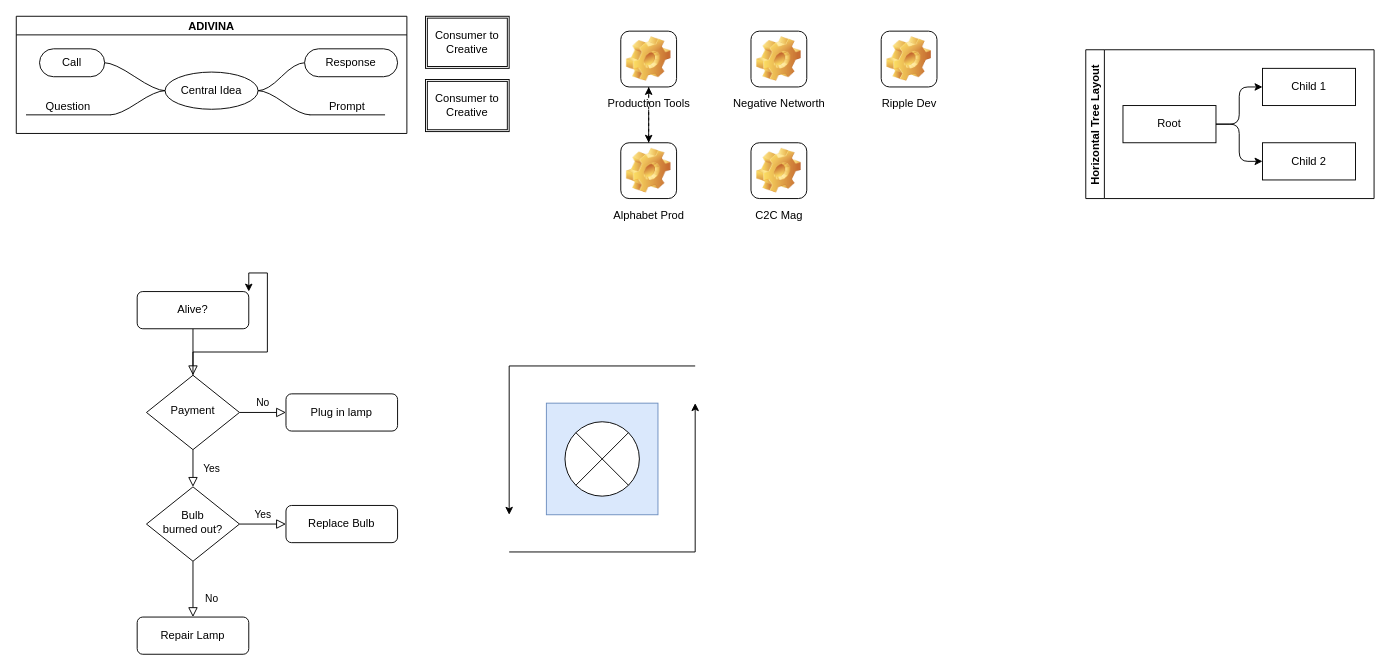
Before: Untitled Diagram.drawio in Antonio-Parada/anton.io, a draw.io diagram. Source tidied: cells renumbered, new cells numbered last; positions are measured from the earlier drawing's top-left corner, leaving out a move shared by most shapes. Both pictures are drawn from the tidied source at 93%, with x=0, y=0 at pixel (16, 16).
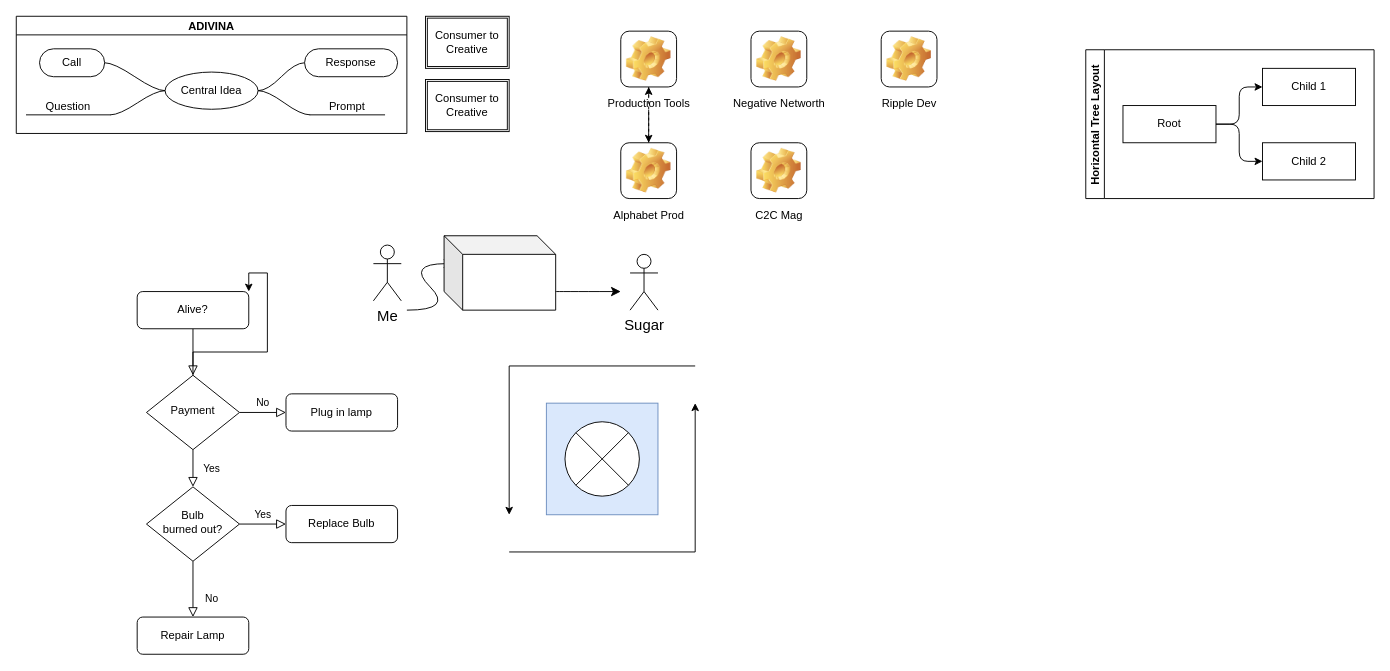
The same diagram, later.

The edit, as a diff of the source:
```diff
@@
+    <mxCell id="45" value="Me" style="shape=umlActor;verticalLabelPosition=bottom;verticalAlign=top;html=1;fontSize=16;" parent="1" vertex="1">
+      <mxGeometry x="384" y="246" width="30" height="60" as="geometry" />
+    </mxCell>
+    <mxCell id="46" style="curved=1;endArrow=classic;html=1;rounded=0;fontSize=12;startSize=8;endSize=8;" parent="1" edge="1">
+      <mxGeometry relative="1" as="geometry">
+        <mxPoint x="420" y="316" as="sourcePoint" />
+        <mxPoint x="470" y="266" as="targetPoint" />
+        <Array as="points">
+          <mxPoint x="470" y="316" />
+          <mxPoint x="420" y="266" />
+        </Array>
+      </mxGeometry>
+    </mxCell>
+    <mxCell id="47" style="shape=cube;whiteSpace=wrap;html=1;boundedLbl=1;backgroundOutline=1;darkOpacity=0.05;darkOpacity2=0.1;fontSize=16;" parent="1" vertex="1">
+      <mxGeometry x="460" y="236" width="120" height="80" as="geometry" />
+    </mxCell>
+    <mxCell id="48" style="endArrow=classic;html=1;rounded=0;fontSize=12;startSize=8;endSize=8;curved=1;" parent="1" edge="1">
+      <mxGeometry relative="1" as="geometry">
+        <mxPoint x="580" y="296" as="sourcePoint" />
+        <mxPoint x="650" y="296" as="targetPoint" />
+      </mxGeometry>
+    </mxCell>
+    <mxCell id="49" value="Sugar" style="shape=umlActor;verticalLabelPosition=bottom;verticalAlign=top;html=1;fontSize=16;" parent="1" vertex="1">
+      <mxGeometry x="660" y="256" width="30" height="60" as="geometry" />
+    </mxCell>
```
